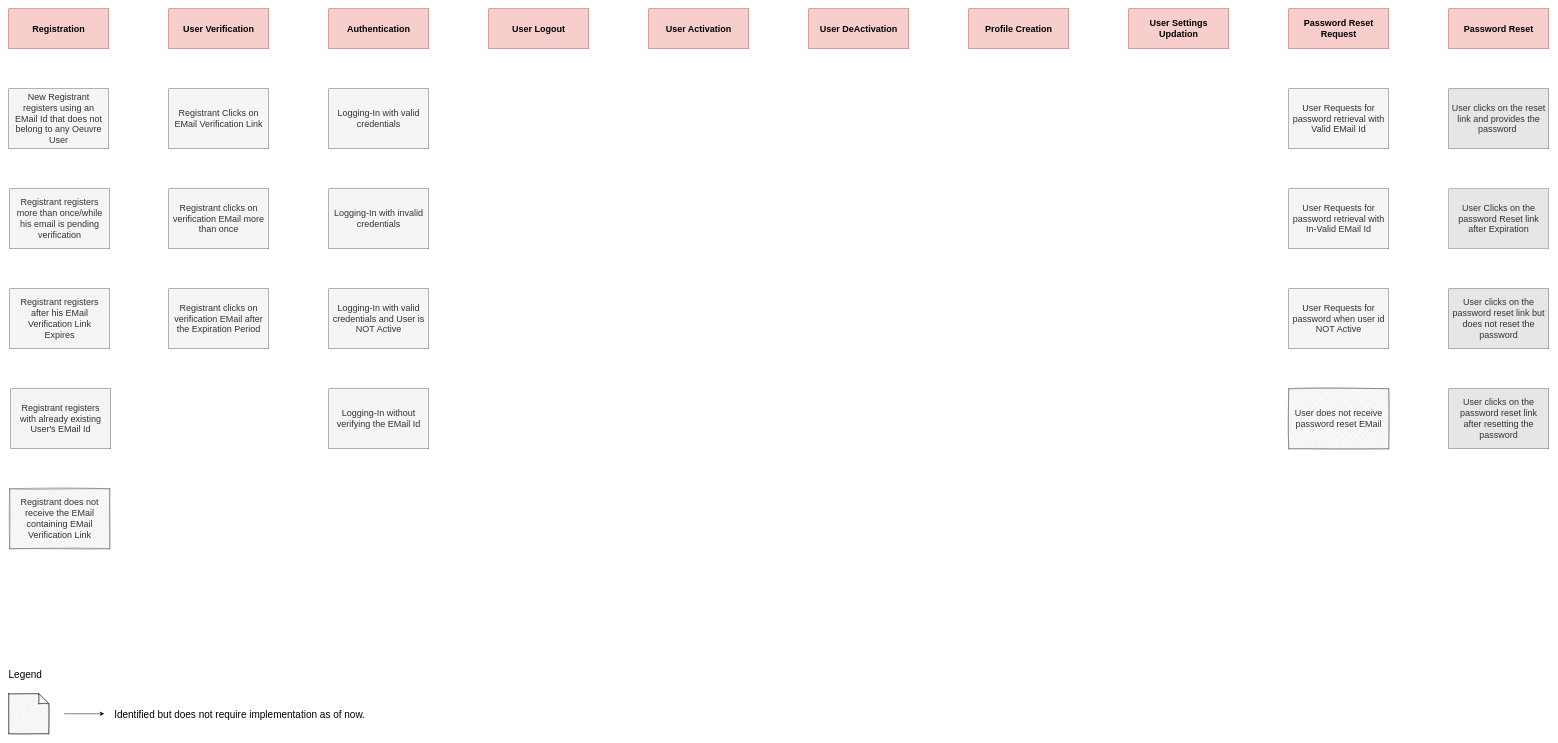
This is page "IdentityAccess-ExampleMapping" (6 of 7) of design/EventStorming.drawio from codefinity/oeuvre, a draw.io file, before an edit. Source tidied: cells renumbered, new cells numbered last; positions are measured from the earlier drawing's top-left corner, leaving out a move shared by most shapes. Both pictures are drawn from the tidied source at 50%, with x=0, y=0 at pixel (8, 8).
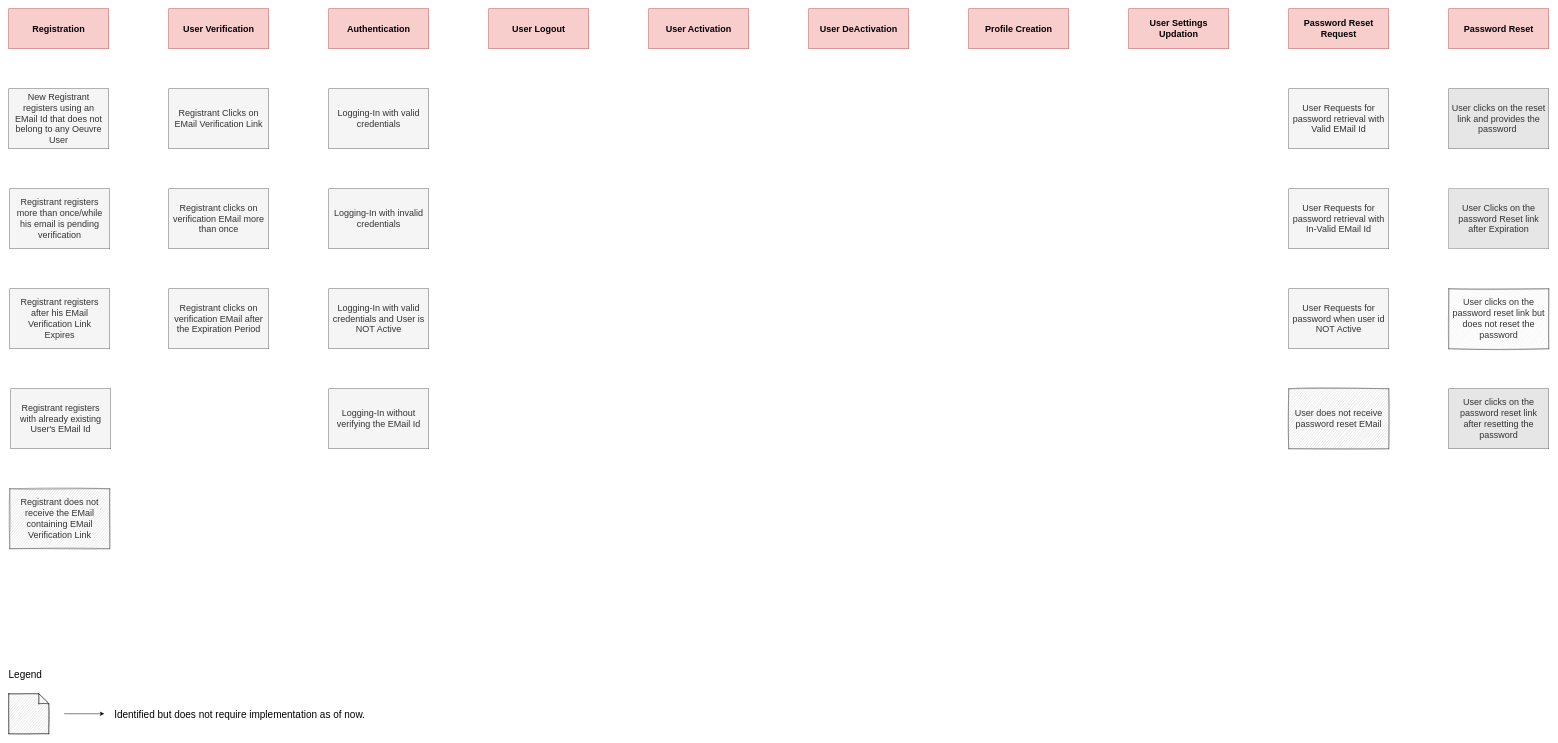
Above is the later version.

What changed in the source:
```diff
@@
-    <mxCell id="21" value="User clicks on the password reset link but does not reset the password" style="rounded=0;whiteSpace=wrap;html=1;fontSize=18;strokeColor=#666666;fontColor=#333333;spacing=6;sketch=0;fillColor=#E6E6E6;" parent="1" vertex="1">
+    <mxCell id="21" value="User clicks on the password reset link but does not reset the password" style="rounded=0;whiteSpace=wrap;html=1;fontSize=18;strokeColor=#666666;fontColor=#333333;spacing=6;sketch=1;fillColor=#E6E6E6;" parent="1" vertex="1">
       <mxGeometry x="2880" y="560" width="200" height="120" as="geometry" />
     </mxCell>
```
